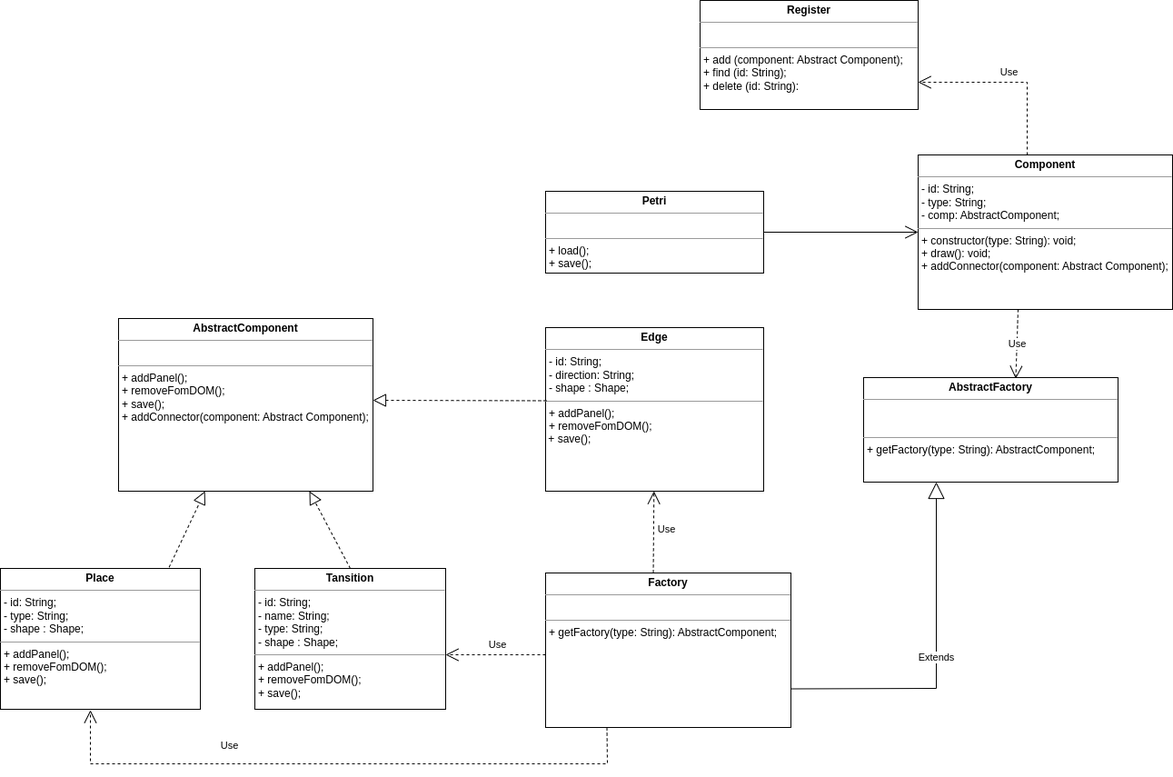
Earlier version of the draw.io export m_petri.png (imsp2023/petri_network). Source tidied: cells renumbered, new cells last; positions are measured from the earlier drawing's top-left corner, leaving out a move shared by most shapes.
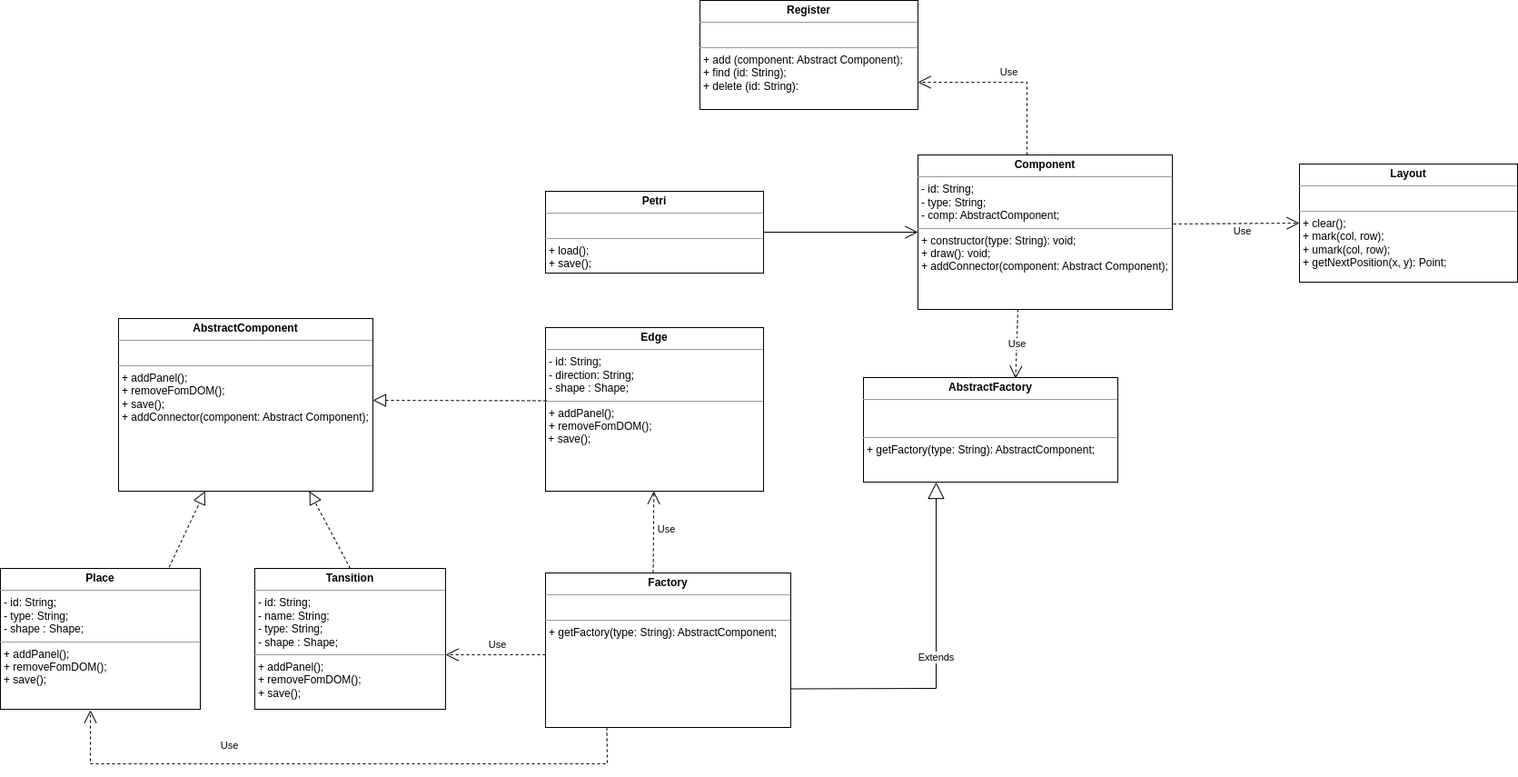
Above is the later version.

The edit, as a diff of the source:
```diff
@@ -87,5 +87,13 @@
     <mxCell id="20" style="endArrow=open;endFill=1;endSize=12;html=1;rounded=0;exitX=1;exitY=0.5;exitDx=0;exitDy=0;entryX=0;entryY=0.5;entryDx=0;entryDy=0;" parent="1" edge="1" source="17" target="2">
       <mxGeometry relative="1" as="geometry" />
     </mxCell>
+    <mxCell id="21" value="&lt;p style=&quot;margin:0px;margin-top:4px;text-align:center;&quot;&gt;&lt;b&gt;Layout&lt;/b&gt;&lt;/p&gt;&lt;hr size=&quot;1&quot;&gt;&lt;p style=&quot;margin:0px;margin-left:4px;&quot;&gt;&lt;br&gt;&lt;/p&gt;&lt;hr size=&quot;1&quot;&gt;&lt;p style=&quot;margin:0px;margin-left:4px;&quot;&gt;+ clear();&lt;/p&gt;&lt;p style=&quot;margin:0px;margin-left:4px;&quot;&gt;+ mark(col, row);&lt;/p&gt;&lt;p style=&quot;margin:0px;margin-left:4px;&quot;&gt;+ umark(col, row);&lt;/p&gt;&lt;p style=&quot;margin:0px;margin-left:4px;&quot;&gt;+ getNextPosition(x, y): Point;&lt;/p&gt;" style="verticalAlign=top;align=left;overflow=fill;fontSize=12;fontFamily=Helvetica;html=1;" parent="1" vertex="1">
+      <mxGeometry x="1430" y="180" width="240" height="130" as="geometry" />
+    </mxCell>
+    <mxCell id="22" value="Use" style="endArrow=open;endSize=12;dashed=1;html=1;rounded=0;entryX=0;entryY=0.5;entryDx=0;entryDy=0;exitX=1.004;exitY=0.447;exitDx=0;exitDy=0;exitPerimeter=0;" parent="1" edge="1" source="2" target="21">
+      <mxGeometry x="0.04" y="-10" relative="1" as="geometry">
+        <mxPoint x="4" y="-1" as="offset" />
+      </mxGeometry>
+    </mxCell>
   </root>
 </mxGraphModel>
```
